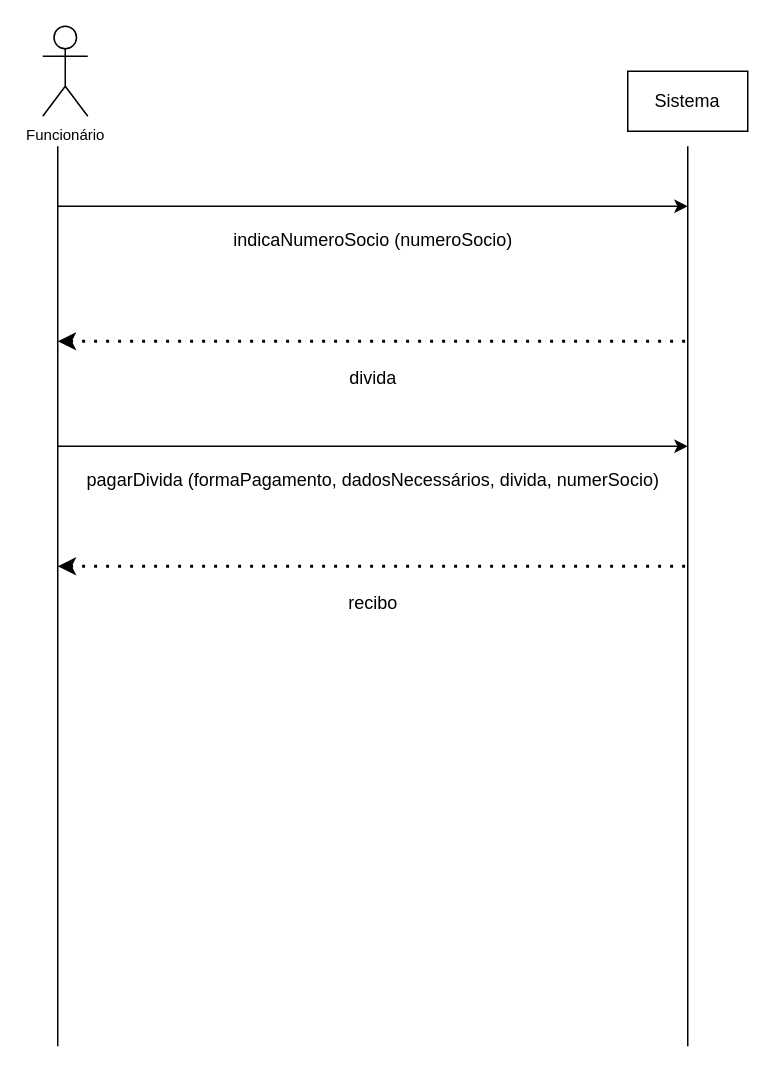
Before: ssd2.drawio in luccamarshall/DCO, a draw.io diagram. Source tidied: cells renumbered, new cells numbered last; positions are measured from the earlier drawing's top-left corner, leaving out a move shared by most shapes. Both pictures are drawn from the tidied source at 150%, with x=0, y=0 at pixel (42, 26).
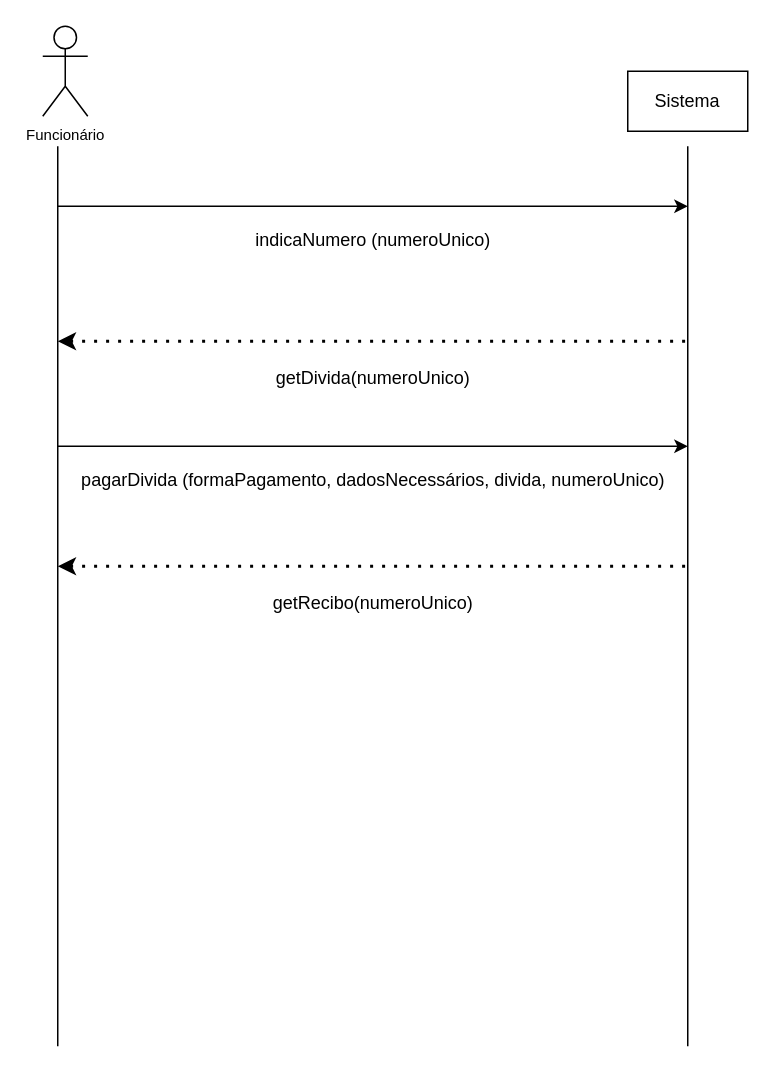
The same page after the edit.

Change to the diagram source:
```diff
@@
 <mxGraphModel>
   <root>
     <mxCell id="0" />
     <mxCell id="1" parent="0" />
     <mxCell id="2" value="&lt;sup&gt;Funcionário&lt;/sup&gt;" style="shape=umlActor;verticalLabelPosition=bottom;verticalAlign=top;html=1;" parent="1" vertex="1">
       <mxGeometry width="30" height="60" as="geometry" />
     </mxCell>
     <mxCell id="3" style="endArrow=none;html=1;rounded=0;" parent="1" edge="1">
       <mxGeometry relative="1" as="geometry">
         <mxPoint x="10" y="680" as="sourcePoint" />
         <mxPoint x="10" y="80" as="targetPoint" />
       </mxGeometry>
     </mxCell>
     <mxCell id="4" style="endArrow=classic;html=1;rounded=0;" parent="1" edge="1">
       <mxGeometry relative="1" as="geometry">
         <mxPoint x="10" y="120" as="sourcePoint" />
         <mxPoint x="430" y="120" as="targetPoint" />
       </mxGeometry>
     </mxCell>
-    <mxCell id="5" value="indicaNumeroSocio (numeroSocio)" style="text;html=1;align=center;verticalAlign=middle;strokeColor=none;fillColor=none;" parent="1" vertex="1">
-      <mxGeometry x="115" y="128" width="210" height="30" as="geometry" />
+    <mxCell id="5" value="indicaNumero (numeroUnico)" style="text;html=1;align=center;verticalAlign=middle;strokeColor=none;fillColor=none;" parent="1" vertex="1">
+      <mxGeometry x="130" y="128" width="180" height="30" as="geometry" />
     </mxCell>
     <mxCell id="6" style="endArrow=none;html=1;rounded=0;" parent="1" edge="1">
       <mxGeometry relative="1" as="geometry">
         <mxPoint x="430" y="680" as="sourcePoint" />
         <mxPoint x="430" y="80" as="targetPoint" />
       </mxGeometry>
     </mxCell>
     <mxCell id="7" value="Sistema" style="rounded=0;whiteSpace=wrap;html=1;" parent="1" vertex="1">
       <mxGeometry x="390" y="30" width="80" height="40" as="geometry" />
     </mxCell>
     <mxCell id="8" style="endArrow=none;dashed=1;html=1;dashPattern=1 3;strokeWidth=2;rounded=0;startArrow=classic;startFill=1;" parent="1" edge="1">
       <mxGeometry relative="1" as="geometry">
         <mxPoint x="10" y="210" as="sourcePoint" />
         <mxPoint x="430" y="210" as="targetPoint" />
       </mxGeometry>
     </mxCell>
-    <mxCell id="9" value="divida" style="text;html=1;align=center;verticalAlign=middle;strokeColor=none;fillColor=none;" parent="1" vertex="1">
-      <mxGeometry x="195" y="220" width="50" height="30" as="geometry" />
+    <mxCell id="9" value="getDivida(numeroUnico)" style="text;html=1;align=center;verticalAlign=middle;strokeColor=none;fillColor=none;" parent="1" vertex="1">
+      <mxGeometry x="145" y="220" width="150" height="30" as="geometry" />
     </mxCell>
     <mxCell id="10" style="endArrow=classic;html=1;rounded=0;" parent="1" edge="1">
       <mxGeometry relative="1" as="geometry">
         <mxPoint x="10" y="280" as="sourcePoint" />
         <mxPoint x="430" y="280" as="targetPoint" />
       </mxGeometry>
     </mxCell>
-    <mxCell id="11" value="pagarDivida (formaPagamento, dadosNecessários, divida, numerSocio)" style="text;html=1;align=center;verticalAlign=middle;strokeColor=none;fillColor=none;" parent="1" vertex="1">
+    <mxCell id="11" value="pagarDivida (formaPagamento, dadosNecessários, divida, numeroUnico)" style="text;html=1;align=center;verticalAlign=middle;strokeColor=none;fillColor=none;" parent="1" vertex="1">
       <mxGeometry x="15" y="288" width="410" height="30" as="geometry" />
     </mxCell>
     <mxCell id="12" style="endArrow=none;dashed=1;html=1;dashPattern=1 3;strokeWidth=2;rounded=0;startArrow=classic;startFill=1;" parent="1" edge="1">
       <mxGeometry relative="1" as="geometry">
         <mxPoint x="10" y="360" as="sourcePoint" />
         <mxPoint x="430" y="360" as="targetPoint" />
       </mxGeometry>
     </mxCell>
-    <mxCell id="13" value="recibo" style="text;html=1;align=center;verticalAlign=middle;strokeColor=none;fillColor=none;" parent="1" vertex="1">
-      <mxGeometry x="190" y="370" width="60" height="30" as="geometry" />
+    <mxCell id="13" value="getRecibo(numeroUnico)" style="text;html=1;align=center;verticalAlign=middle;strokeColor=none;fillColor=none;" parent="1" vertex="1">
+      <mxGeometry x="140" y="370" width="160" height="30" as="geometry" />
     </mxCell>
   </root>
 </mxGraphModel>
```
